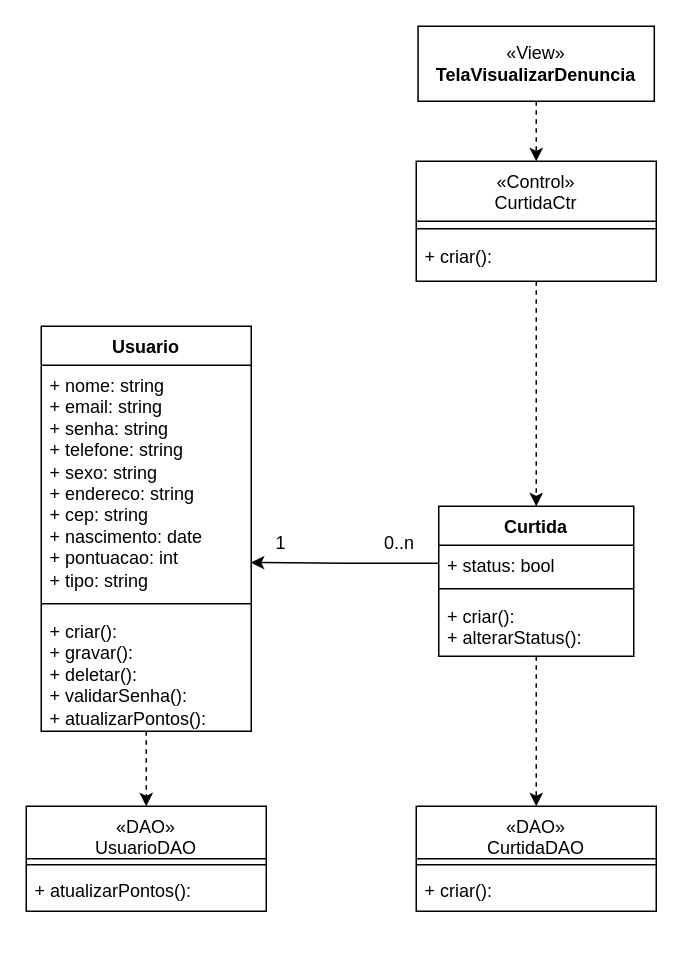
The draw.io diagram Documentação/Diagramas/Diagramas de Casos de Uso/Diagrama de Caso de Uso Curtir.drawio in frsouzaa/Documentacao-TCC-NossaVia, before the edit. Source tidied: cells renumbered, new cells numbered last; positions are measured from the earlier drawing's top-left corner, leaving out a move shared by most shapes. Both pictures are drawn from the tidied source at 150%, with x=0, y=0 at pixel (26, 26).
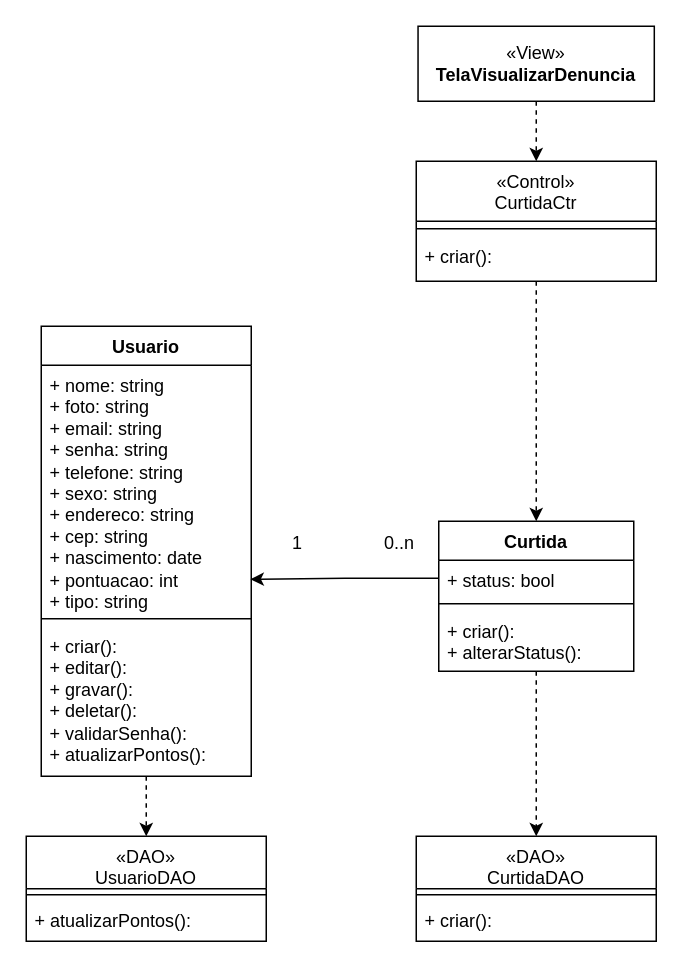
Above is the later version.

Commit message:
Atualização Usuário Diagrama de Caso de Uso Curtir.drawio

The change refers to these unchanged cells:
```xml
<mxCell id="15" value="+ status: bool" style="text;strokeColor=none;fillColor=none;align=left;verticalAlign=top;spacingLeft=4;spacingRight=4;overflow=hidden;points=[[0,0.5],[1,0.5]];portConstraint=eastwest;whiteSpace=wrap;html=1;" parent="14" vertex="1">
  <mxGeometry y="26" width="130" height="24" as="geometry" />
</mxCell>
```

The edit, as a diff of the source:
```diff
@@
     <mxCell id="9" value="Usuario" style="swimlane;fontStyle=1;align=center;verticalAlign=top;horizontal=1;startSize=26;whiteSpace=wrap;html=1;" parent="1" vertex="1">
-      <mxGeometry x="10" y="200" width="140" height="270" as="geometry" />
+      <mxGeometry x="10" y="200" width="140" height="300" as="geometry" />
     </mxCell>
-    <mxCell id="10" value="+ nome: string&lt;div&gt;+ email: string&lt;div&gt;+ senha: string&lt;/div&gt;&lt;div&gt;+ telefone: string&lt;/div&gt;&lt;div&gt;+ sexo: string&lt;/div&gt;&lt;div&gt;&lt;div&gt;+ endereco: string&lt;/div&gt;&lt;div&gt;+ cep: string&lt;/div&gt;&lt;div&gt;+ nascimento: date&lt;/div&gt;&lt;div&gt;+ pontuacao: int&lt;/div&gt;&lt;div&gt;+ tipo&lt;span style=&quot;background-color: initial;&quot;&gt;: string&amp;nbsp;&lt;/span&gt;&lt;/div&gt;&lt;/div&gt;&lt;/div&gt;" style="text;strokeColor=none;fillColor=none;align=left;verticalAlign=top;spacingLeft=4;spacingRight=4;overflow=hidden;points=[[0,0.5],[1,0.5]];portConstraint=eastwest;whiteSpace=wrap;html=1;" parent="9" vertex="1">
-      <mxGeometry y="26" width="140" height="154" as="geometry" />
+    <mxCell id="10" value="&lt;span style=&quot;text-wrap: nowrap;&quot;&gt;+ nome: string&lt;/span&gt;&lt;br style=&quot;padding: 0px; margin: 0px; text-wrap: nowrap;&quot;&gt;&lt;span style=&quot;text-wrap: nowrap;&quot;&gt;+ foto: string&lt;/span&gt;&lt;br style=&quot;padding: 0px; margin: 0px; text-wrap: nowrap;&quot;&gt;&lt;span style=&quot;text-wrap: nowrap;&quot;&gt;+ email: string&lt;/span&gt;&lt;br style=&quot;padding: 0px; margin: 0px; text-wrap: nowrap;&quot;&gt;&lt;span style=&quot;text-wrap: nowrap;&quot;&gt;+ senha: string&lt;/span&gt;&lt;br style=&quot;padding: 0px; margin: 0px; text-wrap: nowrap;&quot;&gt;&lt;span style=&quot;text-wrap: nowrap;&quot;&gt;+ telefone: string&lt;/span&gt;&lt;br style=&quot;padding: 0px; margin: 0px; text-wrap: nowrap;&quot;&gt;&lt;span style=&quot;text-wrap: nowrap;&quot;&gt;+ sexo: string&lt;/span&gt;&lt;br style=&quot;padding: 0px; margin: 0px; text-wrap: nowrap;&quot;&gt;&lt;span style=&quot;text-wrap: nowrap;&quot;&gt;+ endereco: string&lt;/span&gt;&lt;br style=&quot;padding: 0px; margin: 0px; text-wrap: nowrap;&quot;&gt;&lt;span style=&quot;text-wrap: nowrap;&quot;&gt;+ cep: string&lt;/span&gt;&lt;br style=&quot;padding: 0px; margin: 0px; text-wrap: nowrap;&quot;&gt;&lt;span style=&quot;text-wrap: nowrap;&quot;&gt;+ nascimento: date&lt;/span&gt;&lt;br style=&quot;padding: 0px; margin: 0px; text-wrap: nowrap;&quot;&gt;&lt;span style=&quot;text-wrap: nowrap;&quot;&gt;+ pontuacao: int&lt;/span&gt;&lt;br style=&quot;padding: 0px; margin: 0px; text-wrap: nowrap;&quot;&gt;&lt;span style=&quot;text-wrap: nowrap;&quot;&gt;+ tipo: string&amp;nbsp;&lt;/span&gt;" style="text;strokeColor=none;fillColor=none;align=left;verticalAlign=top;spacingLeft=4;spacingRight=4;overflow=hidden;points=[[0,0.5],[1,0.5]];portConstraint=eastwest;whiteSpace=wrap;html=1;" parent="9" vertex="1">
+      <mxGeometry y="26" width="140" height="164" as="geometry" />
     </mxCell>
     <mxCell id="11" style="line;strokeWidth=1;fillColor=none;align=left;verticalAlign=middle;spacingTop=-1;spacingLeft=3;spacingRight=3;labelPosition=right;strokeColor=inherit;" parent="9" vertex="1">
-      <mxGeometry y="180" width="140" height="10" as="geometry" />
+      <mxGeometry y="190" width="140" height="10" as="geometry" />
     </mxCell>
-    <mxCell id="12" value="&lt;div&gt;&lt;span style=&quot;background-color: initial;&quot;&gt;+ criar():&amp;nbsp;&lt;/span&gt;&lt;br&gt;&lt;/div&gt;&lt;div&gt;&lt;span style=&quot;background-color: initial;&quot;&gt;+ gravar():&lt;/span&gt;&lt;/div&gt;&lt;div&gt;+ deletar():&amp;nbsp;&lt;span style=&quot;background-color: initial;&quot;&gt;&lt;br&gt;&lt;/span&gt;&lt;/div&gt;&lt;div&gt;+ validarSenha():&lt;br&gt;&lt;/div&gt;&lt;div&gt;+ atualizarPontos():&lt;/div&gt;" style="text;strokeColor=none;fillColor=none;align=left;verticalAlign=top;spacingLeft=4;spacingRight=4;overflow=hidden;whiteSpace=wrap;html=1;" parent="9" vertex="1">
-      <mxGeometry y="190" width="140" height="80" as="geometry" />
+    <mxCell id="12" value="&lt;span style=&quot;text-wrap: nowrap;&quot;&gt;+ criar():&lt;/span&gt;&lt;br style=&quot;padding: 0px; margin: 0px; text-wrap: nowrap;&quot;&gt;&lt;span style=&quot;text-wrap: nowrap;&quot;&gt;+ editar():&amp;nbsp;&lt;/span&gt;&lt;br style=&quot;padding: 0px; margin: 0px; text-wrap: nowrap;&quot;&gt;&lt;span style=&quot;text-wrap: nowrap;&quot;&gt;+ gravar():&lt;/span&gt;&lt;br style=&quot;padding: 0px; margin: 0px; text-wrap: nowrap;&quot;&gt;&lt;span style=&quot;text-wrap: nowrap;&quot;&gt;+ deletar():&amp;nbsp;&lt;/span&gt;&lt;br style=&quot;padding: 0px; margin: 0px; text-wrap: nowrap;&quot;&gt;&lt;span style=&quot;text-wrap: nowrap;&quot;&gt;+ validarSenha():&lt;/span&gt;&lt;br style=&quot;padding: 0px; margin: 0px; text-wrap: nowrap;&quot;&gt;&lt;span style=&quot;text-wrap: nowrap;&quot;&gt;+ atualizarPontos():&lt;/span&gt;" style="text;strokeColor=none;fillColor=none;align=left;verticalAlign=top;spacingLeft=4;spacingRight=4;overflow=hidden;whiteSpace=wrap;html=1;" parent="9" vertex="1">
+      <mxGeometry y="200" width="140" height="100" as="geometry" />
     </mxCell>
@@
     <mxCell id="14" value="Curtida" style="swimlane;fontStyle=1;align=center;verticalAlign=top;horizontal=1;startSize=26;whiteSpace=wrap;html=1;" parent="1" vertex="1">
-      <mxGeometry x="275" y="320" width="130" height="100" as="geometry" />
+      <mxGeometry x="275" y="330" width="130" height="100" as="geometry" />
     </mxCell>
@@
     <mxCell id="19" value="1" style="text;html=1;align=center;verticalAlign=middle;whiteSpace=wrap;rounded=0;" parent="1" vertex="1">
-      <mxGeometry x="140" y="330" width="60" height="30" as="geometry" />
+      <mxGeometry x="150.5" y="330" width="60" height="30" as="geometry" />
     </mxCell>
-    <mxCell id="20" style="edgeStyle=orthogonalEdgeStyle;rounded=0;jettySize=auto;html=1;entryX=0.998;entryY=0.854;entryDx=0;entryDy=0;entryPerimeter=0;" parent="1" edge="1" source="15" target="10">
+    <mxCell id="20" style="edgeStyle=orthogonalEdgeStyle;rounded=0;jettySize=auto;html=1;entryX=0.996;entryY=0.87;entryDx=0;entryDy=0;entryPerimeter=0;" parent="1" edge="1" source="15" target="10">
       <mxGeometry relative="1" as="geometry" />
     </mxCell>
     <mxCell id="21" value="«DAO»&#10;UsuarioDAO&#10;" style="swimlane;fontStyle=0;align=center;verticalAlign=top;horizontal=1;startSize=35;rounded=0;shadow=0;strokeWidth=1;" parent="1" vertex="1">
-      <mxGeometry y="520" width="160" height="70" as="geometry" />
+      <mxGeometry y="540" width="160" height="70" as="geometry" />
     </mxCell>
@@
     <mxCell id="24" value="«DAO»&#10;CurtidaDAO&#10;" style="swimlane;fontStyle=0;align=center;verticalAlign=top;horizontal=1;startSize=35;rounded=0;shadow=0;strokeWidth=1;" parent="1" vertex="1">
-      <mxGeometry x="260" y="520" width="160" height="70" as="geometry" />
+      <mxGeometry x="260" y="540" width="160" height="70" as="geometry" />
     </mxCell>
```
